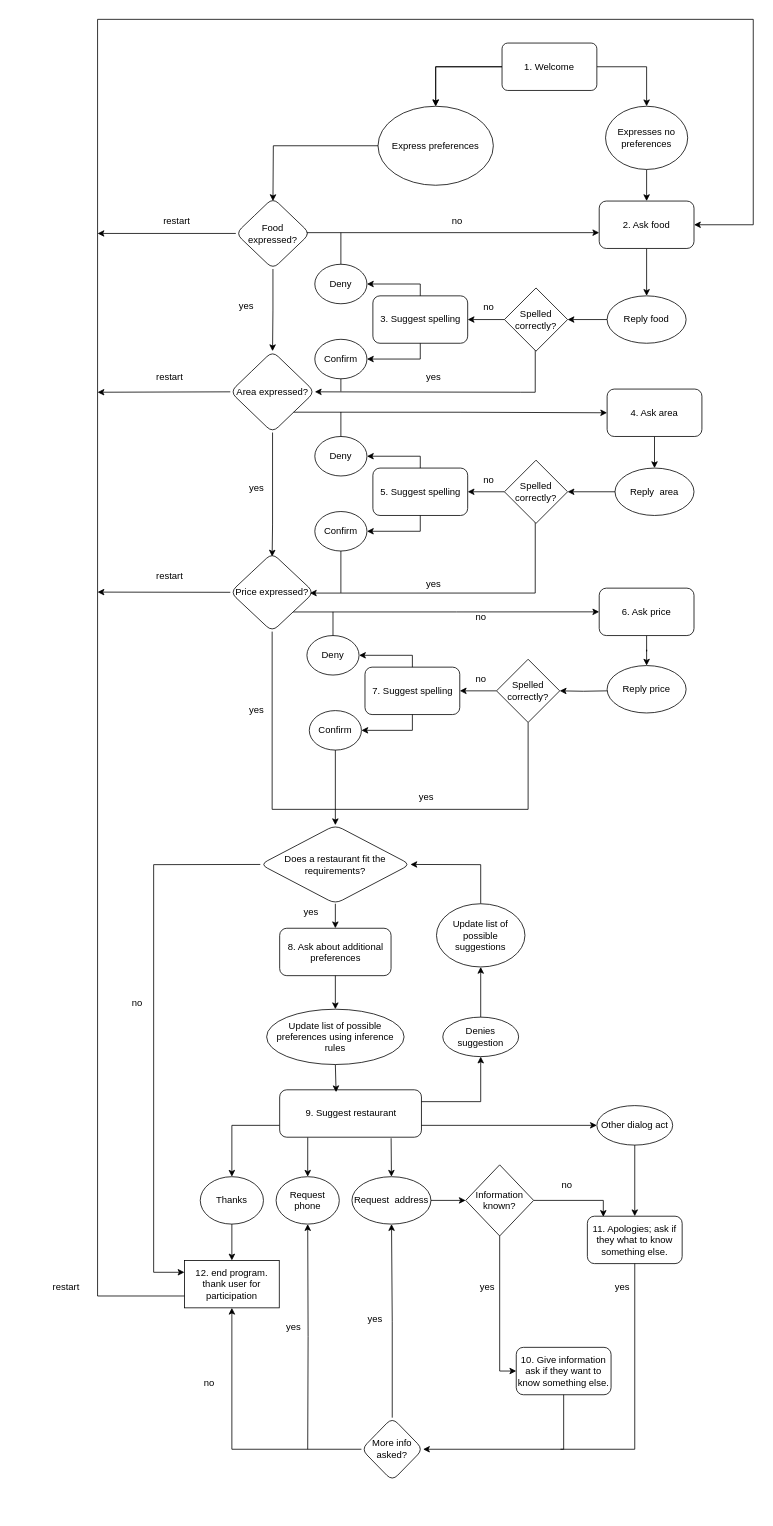
Before: diagram.drawio in simon-hjp/MAIR_projectG16, a draw.io diagram. Source tidied: cells renumbered, new cells numbered last; positions are measured from the earlier drawing's top-left corner, leaving out a move shared by most shapes. Both pictures are drawn from the tidied source at 79%, with x=0, y=0 at pixel (42, 19).
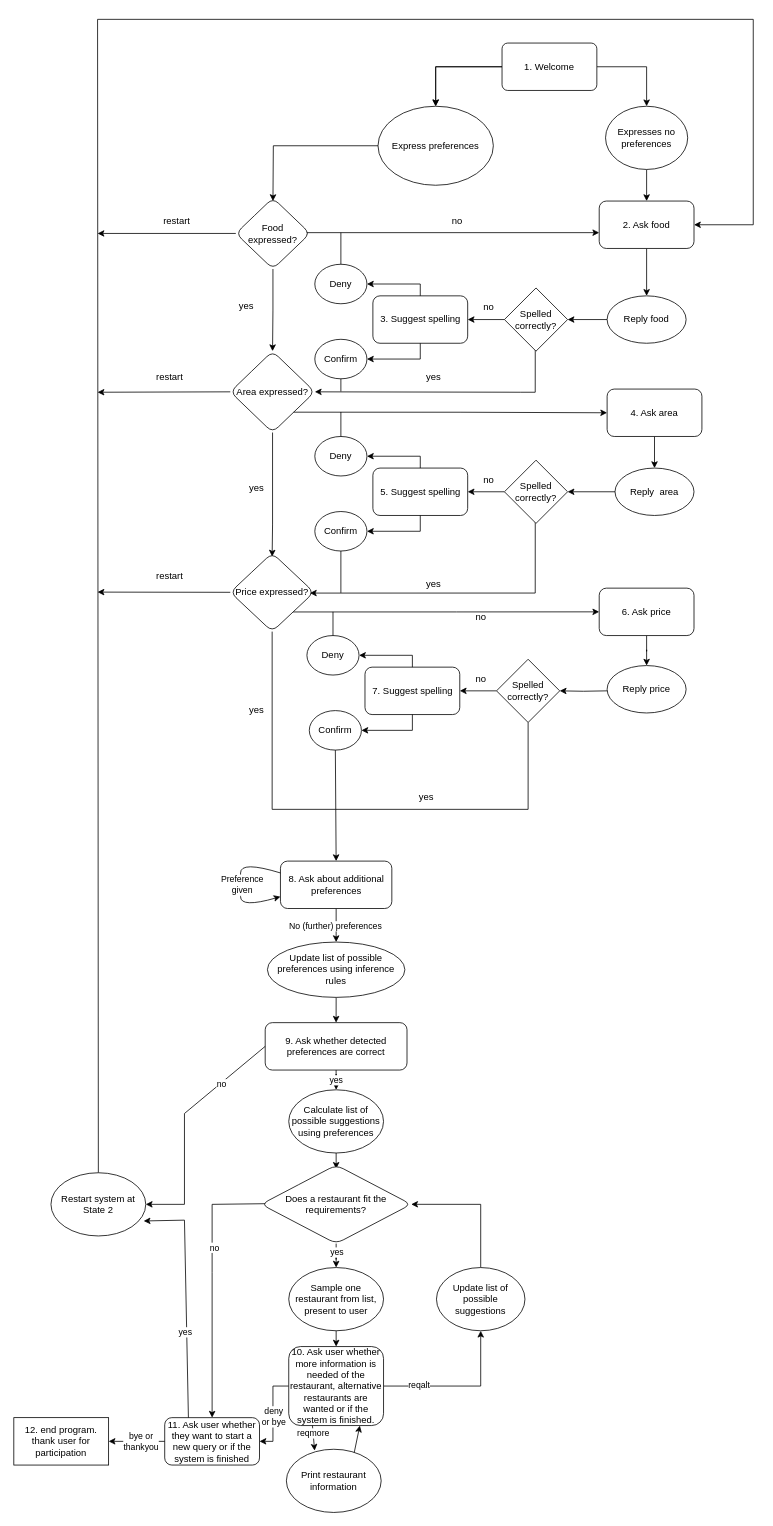
The same diagram, later.

Commit message (it also covers changes not shown here):
Pushed updated definitive version of FSM diagram

Mainly changed states 8-12

Unchanged cells that the change refers to:
```xml
<mxCell id="16" value="2. Ask food" style="whiteSpace=wrap;html=1;rounded=1;" parent="1" vertex="1">
  <mxGeometry x="705" y="230" width="120" height="60" as="geometry" />
</mxCell>
<mxCell id="87" value="Confirm" style="ellipse;whiteSpace=wrap;html=1;" parent="1" vertex="1">
  <mxGeometry x="338" y="875" width="66" height="50" as="geometry" />
</mxCell>
```

The edit, as a diff of the source:
```diff
@@
-    <mxCell id="42" style="edgeStyle=orthogonalEdgeStyle;rounded=0;jettySize=auto;html=1;entryX=0.5;entryY=0;entryDx=0;entryDy=0;exitX=0;exitY=0.75;exitDx=0;exitDy=0;" parent="1" edge="1" source="43" target="45">
-      <mxGeometry relative="1" as="geometry" />
-    </mxCell>
+    <mxCell id="124" style="edgeStyle=orthogonalEdgeStyle;rounded=0;jettySize=auto;html=1;exitX=0.5;exitY=1;exitDx=0;exitDy=0;" parent="1" edge="1" source="43" target="136">
+      <mxGeometry relative="1" as="geometry" />
+    </mxCell>
-    <mxCell id="43" value="9. Suggest restaurant" style="rounded=1;whiteSpace=wrap;html=1;" parent="1" vertex="1">
-      <mxGeometry x="300.5" y="1355" width="179.5" height="60" as="geometry" />
+    <mxCell id="43" value="9. Ask whether detected preferences are correct" style="rounded=1;whiteSpace=wrap;html=1;" parent="1" vertex="1">
+      <mxGeometry x="282.2" y="1270" width="179.5" height="60" as="geometry" />
     </mxCell>
-    <mxCell id="44" style="edgeStyle=orthogonalEdgeStyle;rounded=0;jettySize=auto;html=1;" parent="1" edge="1" source="45" target="47">
-      <mxGeometry relative="1" as="geometry" />
-    </mxCell>
-    <mxCell id="45" value="&lt;div&gt;Thanks&lt;/div&gt;" style="ellipse;whiteSpace=wrap;html=1;" parent="1" vertex="1">
-      <mxGeometry x="200" y="1465" width="80" height="60" as="geometry" />
-    </mxCell>
-    <mxCell id="46" value="Request&amp;nbsp; address" style="ellipse;whiteSpace=wrap;html=1;" parent="1" vertex="1">
-      <mxGeometry x="392" y="1465" width="100" height="60" as="geometry" />
-    </mxCell>
     <mxCell id="47" value="12. end program. thank user for participation" style="whiteSpace=wrap;html=1;" parent="1" vertex="1">
-      <mxGeometry x="180" y="1571" width="120" height="60" as="geometry" />
+      <mxGeometry x="-36" y="1770" width="120" height="60" as="geometry" />
     </mxCell>
-    <mxCell id="48" value="Request phone" style="ellipse;whiteSpace=wrap;html=1;" parent="1" vertex="1">
-      <mxGeometry x="296" y="1465" width="80" height="60" as="geometry" />
-    </mxCell>
-    <mxCell id="49" style="edgeStyle=orthogonalEdgeStyle;rounded=0;jettySize=auto;html=1;entryX=0.5;entryY=0;entryDx=0;entryDy=0;exitX=0.5;exitY=1;exitDx=0;exitDy=0;" parent="1" edge="1" source="50" target="56">
-      <mxGeometry relative="1" as="geometry">
-        <Array as="points">
-          <mxPoint x="750" y="1430" />
-        </Array>
-      </mxGeometry>
-    </mxCell>
-    <mxCell id="50" value="Other dialog act" style="ellipse;whiteSpace=wrap;html=1;" parent="1" vertex="1">
-      <mxGeometry x="702" y="1375" width="96" height="50" as="geometry" />
-    </mxCell>
-    <mxCell id="51" style="edgeStyle=orthogonalEdgeStyle;rounded=0;jettySize=auto;html=1;entryX=0.168;entryY=0.014;entryDx=0;entryDy=0;entryPerimeter=0;" parent="1" edge="1" source="53" target="56">
-      <mxGeometry relative="1" as="geometry" />
-    </mxCell>
-    <mxCell id="52" style="edgeStyle=orthogonalEdgeStyle;rounded=0;jettySize=auto;html=1;entryX=0;entryY=0.5;entryDx=0;entryDy=0;exitX=0.5;exitY=1;exitDx=0;exitDy=0;" parent="1" edge="1" source="53" target="57">
-      <mxGeometry relative="1" as="geometry" />
-    </mxCell>
-    <mxCell id="53" value="Information known?" style="rhombus;whiteSpace=wrap;html=1;" parent="1" vertex="1">
-      <mxGeometry x="536" y="1450" width="86" height="90" as="geometry" />
-    </mxCell>
-    <mxCell id="54" value="yes" style="text;html=1;align=center;verticalAlign=middle;strokeColor=none;fillColor=none;" parent="1" vertex="1">
-      <mxGeometry x="713.5" y="1590" width="40" height="30" as="geometry" />
-    </mxCell>
-    <mxCell id="55" value="no" style="text;html=1;align=center;verticalAlign=middle;strokeColor=none;fillColor=none;" parent="1" vertex="1">
-      <mxGeometry x="643.5" y="1461" width="40" height="30" as="geometry" />
-    </mxCell>
-    <mxCell id="56" value="11. Apologies; ask if they what to know something else." style="rounded=1;whiteSpace=wrap;html=1;" parent="1" vertex="1">
-      <mxGeometry x="690" y="1515" width="120" height="60" as="geometry" />
-    </mxCell>
-    <mxCell id="57" value="10. Give information&lt;br&gt;ask if they want to know something else." style="rounded=1;whiteSpace=wrap;html=1;" parent="1" vertex="1">
-      <mxGeometry x="600" y="1681" width="120" height="60" as="geometry" />
-    </mxCell>
-    <mxCell id="58" style="edgeStyle=orthogonalEdgeStyle;rounded=0;jettySize=auto;html=1;entryX=0.5;entryY=1;entryDx=0;entryDy=0;" parent="1" edge="1" target="48">
-      <mxGeometry relative="1" as="geometry">
-        <mxPoint x="336" y="1810" as="sourcePoint" />
-      </mxGeometry>
-    </mxCell>
-    <mxCell id="59" style="edgeStyle=orthogonalEdgeStyle;rounded=0;jettySize=auto;html=1;entryX=0.681;entryY=0.984;entryDx=0;entryDy=0;entryPerimeter=0;exitX=0.5;exitY=0;exitDx=0;exitDy=0;" parent="1" edge="1" source="61">
-      <mxGeometry relative="1" as="geometry">
-        <mxPoint x="442.1" y="1525" as="targetPoint" />
-      </mxGeometry>
-    </mxCell>
-    <mxCell id="60" style="edgeStyle=orthogonalEdgeStyle;rounded=0;jettySize=auto;html=1;entryX=0.5;entryY=1;entryDx=0;entryDy=0;exitX=0;exitY=0.5;exitDx=0;exitDy=0;" parent="1" edge="1" source="61" target="47">
-      <mxGeometry relative="1" as="geometry" />
-    </mxCell>
-    <mxCell id="61" value="More info asked?" style="rhombus;whiteSpace=wrap;html=1;rounded=1;" parent="1" vertex="1">
-      <mxGeometry x="404" y="1770" width="78" height="80" as="geometry" />
-    </mxCell>
-    <mxCell id="62" value="yes" style="text;html=1;align=center;verticalAlign=middle;strokeColor=none;fillColor=none;" parent="1" vertex="1">
-      <mxGeometry x="543" y="1590" width="40" height="30" as="geometry" />
-    </mxCell>
-    <mxCell id="63" value="yes" style="text;html=1;align=center;verticalAlign=middle;strokeColor=none;fillColor=none;" parent="1" vertex="1">
-      <mxGeometry x="298" y="1641" width="40" height="30" as="geometry" />
-    </mxCell>
-    <mxCell id="64" value="no" style="text;html=1;align=center;verticalAlign=middle;strokeColor=none;fillColor=none;" parent="1" vertex="1">
-      <mxGeometry x="191" y="1711" width="40" height="30" as="geometry" />
-    </mxCell>
@@
-    <mxCell id="90" style="endArrow=classic;html=1;rounded=0;exitX=1;exitY=0.75;exitDx=0;exitDy=0;entryX=0;entryY=0.5;entryDx=0;entryDy=0;" parent="1" edge="1" source="43" target="50">
-      <mxGeometry relative="1" as="geometry" />
-    </mxCell>
-    <mxCell id="91" style="endArrow=classic;html=1;rounded=0;entryX=0.5;entryY=0;entryDx=0;entryDy=0;exitX=0.198;exitY=1.006;exitDx=0;exitDy=0;exitPerimeter=0;" parent="1" edge="1" source="43" target="48">
-      <mxGeometry relative="1" as="geometry" />
-    </mxCell>
-    <mxCell id="92" style="endArrow=classic;html=1;rounded=0;exitX=1;exitY=0.5;exitDx=0;exitDy=0;entryX=0;entryY=0.5;entryDx=0;entryDy=0;" parent="1" edge="1" source="46" target="53">
-      <mxGeometry relative="1" as="geometry" />
-    </mxCell>
-    <mxCell id="93" style="endArrow=classic;html=1;rounded=0;exitX=0.5;exitY=1;exitDx=0;exitDy=0;entryX=1;entryY=0.5;entryDx=0;entryDy=0;" parent="1" edge="1" source="57" target="61">
-      <mxGeometry relative="1" as="geometry">
-        <Array as="points">
-          <mxPoint x="660" y="1810" />
-        </Array>
-      </mxGeometry>
-    </mxCell>
@@
-    <mxCell id="96" style="endArrow=none;html=1;rounded=0;exitX=0.5;exitY=1;exitDx=0;exitDy=0;" parent="1" edge="1" source="56">
-      <mxGeometry relative="1" as="geometry">
-        <mxPoint x="656" y="1810" as="targetPoint" />
-        <Array as="points">
-          <mxPoint x="750" y="1810" />
-        </Array>
-      </mxGeometry>
-    </mxCell>
-    <mxCell id="97" value="Does a restaurant fit the requirements?" style="rhombus;whiteSpace=wrap;html=1;rounded=1;" parent="1" vertex="1">
-      <mxGeometry x="276" y="1020" width="190" height="99.5" as="geometry" />
-    </mxCell>
-    <mxCell id="98" style="endArrow=classic;html=1;rounded=0;exitX=0.5;exitY=1;exitDx=0;exitDy=0;entryX=0.5;entryY=0;entryDx=0;entryDy=0;" parent="1" edge="1" source="87" target="97">
+    <mxCell id="98" style="endArrow=classic;html=1;rounded=0;exitX=0.5;exitY=1;exitDx=0;exitDy=0;entryX=0.5;entryY=0;entryDx=0;entryDy=0;" parent="1" edge="1" source="87" target="111">
       <mxGeometry relative="1" as="geometry" />
     </mxCell>
@@
-    <mxCell id="101" style="endArrow=classic;html=1;rounded=0;exitX=0.5;exitY=1;exitDx=0;exitDy=0;entryX=0.398;entryY=0.05;entryDx=0;entryDy=0;entryPerimeter=0;" parent="1" edge="1" source="112" target="43">
+    <mxCell id="101" style="endArrow=classic;html=1;rounded=0;exitX=0.5;exitY=1;exitDx=0;exitDy=0;entryX=0.5;entryY=0;entryDx=0;entryDy=0;" parent="1" edge="1" source="112" target="43">
       <mxGeometry relative="1" as="geometry" />
     </mxCell>
-    <mxCell id="102" value="yes" style="text;html=1;align=center;verticalAlign=middle;strokeColor=none;fillColor=none;" parent="1" vertex="1">
-      <mxGeometry x="320" y="1115" width="40" height="30" as="geometry" />
-    </mxCell>
-    <mxCell id="103" style="endArrow=classic;html=1;rounded=0;exitX=0;exitY=0.5;exitDx=0;exitDy=0;entryX=0;entryY=0.25;entryDx=0;entryDy=0;" parent="1" edge="1" source="97" target="47">
+    <mxCell id="103" style="endArrow=classic;html=1;rounded=0;exitX=0.041;exitY=0.492;exitDx=0;exitDy=0;entryX=0.5;entryY=0;entryDx=0;entryDy=0;exitPerimeter=0;" parent="1" edge="1" source="97" target="132">
       <mxGeometry relative="1" as="geometry">
         <Array as="points">
-          <mxPoint x="141" y="1070" />
-          <mxPoint x="141" y="1586" />
+          <mxPoint x="215" y="1500" />
+          <mxPoint x="215" y="1586" />
         </Array>
       </mxGeometry>
     </mxCell>
-    <mxCell id="104" value="no" style="text;html=1;align=center;verticalAlign=middle;strokeColor=none;fillColor=none;" parent="1" vertex="1">
-      <mxGeometry x="100" y="1230" width="40" height="30" as="geometry" />
-    </mxCell>
-    <mxCell id="105" value="yes" style="text;html=1;align=center;verticalAlign=middle;strokeColor=none;fillColor=none;" parent="1" vertex="1">
-      <mxGeometry x="401" y="1631" width="40" height="30" as="geometry" />
-    </mxCell>
-    <mxCell id="106" value="Denies suggestion" style="ellipse;whiteSpace=wrap;html=1;" parent="1" vertex="1">
-      <mxGeometry x="507" y="1263" width="96" height="50" as="geometry" />
-    </mxCell>
-    <mxCell id="107" style="endArrow=classic;html=1;rounded=0;exitX=1;exitY=0.25;exitDx=0;exitDy=0;entryX=0.5;entryY=1;entryDx=0;entryDy=0;" parent="1" edge="1" source="43" target="106">
-      <mxGeometry relative="1" as="geometry">
-        <Array as="points">
-          <mxPoint x="555" y="1370" />
-        </Array>
-      </mxGeometry>
-    </mxCell>
+    <mxCell id="125" value="no" style="edgeLabel;html=1;align=center;verticalAlign=middle;" parent="103" vertex="1">
+      <mxGeometry x="-0.27" y="2" relative="1" as="geometry" />
+    </mxCell>
     <mxCell id="108" style="endArrow=classic;html=1;rounded=0;entryX=1;entryY=0.5;entryDx=0;entryDy=0;exitX=0.5;exitY=0;exitDx=0;exitDy=0;" parent="1" edge="1" source="110" target="97">
       <mxGeometry relative="1" as="geometry">
         <Array as="points">
-          <mxPoint x="555" y="1070" />
+          <mxPoint x="555" y="1500" />
         </Array>
       </mxGeometry>
     </mxCell>
-    <mxCell id="109" style="endArrow=classic;html=1;rounded=0;exitX=0.786;exitY=1.022;exitDx=0;exitDy=0;entryX=0.5;entryY=0;entryDx=0;entryDy=0;exitPerimeter=0;" parent="1" edge="1" source="43" target="46">
-      <mxGeometry relative="1" as="geometry" />
-    </mxCell>
     <mxCell id="110" value="Update list of possible suggestions" style="ellipse;whiteSpace=wrap;html=1;" parent="1" vertex="1">
-      <mxGeometry x="499" y="1119.5" width="112" height="80" as="geometry" />
+      <mxGeometry x="499" y="1580" width="112" height="80" as="geometry" />
     </mxCell>
+    <mxCell id="114" style="edgeStyle=orthogonalEdgeStyle;rounded=0;jettySize=auto;html=1;exitX=0.5;exitY=1;exitDx=0;exitDy=0;entryX=0.5;entryY=0;entryDx=0;entryDy=0;" parent="1" edge="1" source="111" target="112">
+      <mxGeometry relative="1" as="geometry" />
+    </mxCell>
     <mxCell id="111" value="8. Ask about additional preferences" style="rounded=1;whiteSpace=wrap;html=1;" parent="1" vertex="1">
-      <mxGeometry x="300.5" y="1150.5" width="141" height="60" as="geometry" />
+      <mxGeometry x="301.5" y="1065.5" width="141" height="60" as="geometry" />
     </mxCell>
     <mxCell id="112" value="Update list of possible preferences using inference rules" style="ellipse;whiteSpace=wrap;html=1;" parent="1" vertex="1">
-      <mxGeometry x="284" y="1253" width="174" height="70" as="geometry" />
+      <mxGeometry x="285" y="1168" width="174" height="70" as="geometry" />
     </mxCell>
-    <mxCell id="113" style="endArrow=classic;html=1;rounded=0;exitX=0.5;exitY=1;exitDx=0;exitDy=0;entryX=0.5;entryY=0;entryDx=0;entryDy=0;" parent="1" edge="1" source="97" target="111">
-      <mxGeometry relative="1" as="geometry" />
-    </mxCell>
-    <mxCell id="114" style="endArrow=classic;html=1;rounded=0;exitX=0.5;exitY=1;exitDx=0;exitDy=0;entryX=0.5;entryY=0;entryDx=0;entryDy=0;" parent="1" edge="1" source="111" target="112">
-      <mxGeometry relative="1" as="geometry" />
-    </mxCell>
-    <mxCell id="115" style="endArrow=classic;html=1;rounded=0;exitX=0.5;exitY=0;exitDx=0;exitDy=0;entryX=0.5;entryY=1;entryDx=0;entryDy=0;" parent="1" edge="1" source="106" target="110">
-      <mxGeometry relative="1" as="geometry" />
-    </mxCell>
-    <mxCell id="116" style="endArrow=classic;html=1;rounded=0;exitX=0;exitY=0.75;exitDx=0;exitDy=0;entryX=1;entryY=0.5;entryDx=0;entryDy=0;" parent="1" edge="1" source="47" target="16">
+    <mxCell id="116" style="endArrow=classic;html=1;rounded=0;entryX=1;entryY=0.5;entryDx=0;entryDy=0;exitX=0.5;exitY=0;exitDx=0;exitDy=0;" parent="1" edge="1" source="126" target="16">
       <mxGeometry relative="1" as="geometry">
         <Array as="points">
-          <mxPoint x="70" y="1616" />
           <mxPoint x="70" />
           <mxPoint x="900" />
           <mxPoint x="900" y="260" />
         </Array>
       </mxGeometry>
     </mxCell>
@@
-    <mxCell id="120" value="restart" style="text;html=1;align=center;verticalAlign=middle;strokeColor=none;fillColor=none;" parent="1" vertex="1">
-      <mxGeometry y="1590" width="60" height="30" as="geometry" />
-    </mxCell>
@@
+    <mxCell id="126" value="Restart system at State 2" style="ellipse;whiteSpace=wrap;html=1;" parent="1" vertex="1">
+      <mxGeometry x="11" y="1460" width="120" height="80" as="geometry" />
+    </mxCell>
+    <mxCell id="127" style="curved=1;endArrow=classic;html=1;rounded=0;exitX=0;exitY=0.25;exitDx=0;exitDy=0;entryX=0;entryY=0.75;entryDx=0;entryDy=0;" parent="1" edge="1" source="111" target="111">
+      <mxGeometry relative="1" as="geometry">
+        <Array as="points">
+          <mxPoint x="251" y="1065" />
+          <mxPoint x="251" y="1096" />
+          <mxPoint x="251" y="1125" />
+        </Array>
+      </mxGeometry>
+    </mxCell>
+    <mxCell id="128" value="Preference&lt;br&gt;given" style="edgeLabel;html=1;align=center;verticalAlign=middle;" parent="127" vertex="1">
+      <mxGeometry x="0.5" y="5" relative="1" as="geometry">
+        <mxPoint x="-8" y="-22" as="offset" />
+      </mxGeometry>
+    </mxCell>
+    <mxCell id="129" value="No (further) preferences" style="edgeLabel;html=1;align=center;verticalAlign=middle;" parent="1" vertex="1">
+      <mxGeometry x="384" y="1155" as="geometry">
+        <mxPoint x="-14" y="-8" as="offset" />
+      </mxGeometry>
+    </mxCell>
+    <mxCell id="130" style="endArrow=classic;html=1;rounded=0;exitX=0;exitY=0.5;exitDx=0;exitDy=0;entryX=1;entryY=0.5;entryDx=0;entryDy=0;" parent="1" edge="1" source="43" target="126">
+      <mxGeometry relative="1" as="geometry">
+        <Array as="points">
+          <mxPoint x="180" y="1385" />
+          <mxPoint x="180" y="1500" />
+        </Array>
+      </mxGeometry>
+    </mxCell>
+    <mxCell id="131" value="no" style="edgeLabel;html=1;align=center;verticalAlign=middle;" parent="130" vertex="1">
+      <mxGeometry x="-0.51" y="1" relative="1" as="geometry" />
+    </mxCell>
+    <mxCell id="132" value="11. Ask user whether they want to start a new query or if the system is finished" style="rounded=1;whiteSpace=wrap;html=1;" parent="1" vertex="1">
+      <mxGeometry x="155" y="1770" width="120" height="60" as="geometry" />
+    </mxCell>
+    <mxCell id="133" style="endArrow=classic;html=1;rounded=0;exitX=0;exitY=0.5;exitDx=0;exitDy=0;entryX=1;entryY=0.5;entryDx=0;entryDy=0;" parent="1" edge="1" source="132" target="47">
+      <mxGeometry relative="1" as="geometry">
+        <Array as="points">
+          <mxPoint x="114" y="1800" />
+        </Array>
+      </mxGeometry>
+    </mxCell>
+    <mxCell id="134" value="bye or&lt;br&gt;thankyou" style="edgeLabel;html=1;align=center;verticalAlign=middle;" parent="133" vertex="1">
+      <mxGeometry x="-0.12" y="-1" relative="1" as="geometry" />
+    </mxCell>
+    <mxCell id="135" style="edgeStyle=orthogonalEdgeStyle;rounded=0;jettySize=auto;html=1;exitX=0.5;exitY=1;exitDx=0;exitDy=0;" parent="1" edge="1" source="136">
+      <mxGeometry relative="1" as="geometry">
+        <mxPoint x="372" y="1455" as="targetPoint" />
+      </mxGeometry>
+    </mxCell>
+    <mxCell id="136" value="Calculate list of possible suggestions&lt;br&gt;using preferences" style="ellipse;whiteSpace=wrap;html=1;" parent="1" vertex="1">
+      <mxGeometry x="312" y="1355" width="120" height="80" as="geometry" />
+    </mxCell>
+    <mxCell id="137" style="edgeStyle=orthogonalEdgeStyle;rounded=0;jettySize=auto;html=1;exitX=0.5;exitY=1;exitDx=0;exitDy=0;entryX=0.5;entryY=0;entryDx=0;entryDy=0;" parent="1" edge="1" source="138" target="144">
+      <mxGeometry relative="1" as="geometry" />
+    </mxCell>
+    <mxCell id="138" value="Sample one restaurant from list, present to user" style="ellipse;whiteSpace=wrap;html=1;" parent="1" vertex="1">
+      <mxGeometry x="312" y="1580" width="120" height="80" as="geometry" />
+    </mxCell>
+    <mxCell id="139" value="yes" style="edgeLabel;html=1;align=center;verticalAlign=middle;" parent="1" vertex="1">
+      <mxGeometry x="369" y="1340" as="geometry">
+        <mxPoint x="2" y="2" as="offset" />
+      </mxGeometry>
+    </mxCell>
+    <mxCell id="140" style="edgeStyle=orthogonalEdgeStyle;rounded=0;jettySize=auto;html=1;exitX=0;exitY=0.5;exitDx=0;exitDy=0;entryX=1;entryY=0.5;entryDx=0;entryDy=0;" parent="1" edge="1" source="144" target="132">
+      <mxGeometry relative="1" as="geometry" />
+    </mxCell>
+    <mxCell id="141" value="deny&lt;br&gt;or bye" style="edgeLabel;html=1;align=center;verticalAlign=middle;" parent="140" vertex="1">
+      <mxGeometry x="0.34" relative="1" as="geometry">
+        <mxPoint y="-14" as="offset" />
+      </mxGeometry>
+    </mxCell>
+    <mxCell id="142" style="edgeStyle=orthogonalEdgeStyle;rounded=0;jettySize=auto;html=1;exitX=1;exitY=0.5;exitDx=0;exitDy=0;entryX=0.5;entryY=1;entryDx=0;entryDy=0;" parent="1" edge="1" source="144" target="110">
+      <mxGeometry relative="1" as="geometry" />
+    </mxCell>
+    <mxCell id="143" value="reqalt" style="edgeLabel;html=1;align=center;verticalAlign=middle;" parent="142" vertex="1">
+      <mxGeometry x="-0.54" y="2" relative="1" as="geometry" />
+    </mxCell>
+    <mxCell id="144" value="10. Ask user whether more information is needed of the restaurant, alternative restaurants are wanted or if the system is finished." style="rounded=1;whiteSpace=wrap;html=1;" parent="1" vertex="1">
+      <mxGeometry x="312" y="1680" width="120" height="100" as="geometry" />
+    </mxCell>
+    <mxCell id="145" style="edgeStyle=orthogonalEdgeStyle;rounded=0;jettySize=auto;html=1;exitX=0.5;exitY=1;exitDx=0;exitDy=0;" parent="1" edge="1" source="97" target="138">
+      <mxGeometry relative="1" as="geometry" />
+    </mxCell>
+    <mxCell id="97" value="Does a restaurant fit the requirements?" style="rhombus;whiteSpace=wrap;html=1;rounded=1;" parent="1" vertex="1">
+      <mxGeometry x="277" y="1450.2" width="190" height="99.5" as="geometry" />
+    </mxCell>
+    <mxCell id="146" value="yes" style="edgeLabel;html=1;align=center;verticalAlign=middle;" parent="1" vertex="1">
+      <mxGeometry x="372" y="1560" as="geometry" />
+    </mxCell>
+    <mxCell id="147" value="Print restaurant information" style="ellipse;whiteSpace=wrap;html=1;" parent="1" vertex="1">
+      <mxGeometry x="309" y="1810" width="120" height="80" as="geometry" />
+    </mxCell>
+    <mxCell id="148" style="endArrow=classic;html=1;rounded=0;exitX=0.25;exitY=1;exitDx=0;exitDy=0;entryX=0.298;entryY=0.022;entryDx=0;entryDy=0;entryPerimeter=0;" parent="1" edge="1" source="144" target="147">
+      <mxGeometry relative="1" as="geometry" />
+    </mxCell>
+    <mxCell id="149" value="reqmore" style="edgeLabel;html=1;align=center;verticalAlign=middle;" parent="148" vertex="1">
+      <mxGeometry x="0.17" relative="1" as="geometry">
+        <mxPoint x="-1" y="-9" as="offset" />
+      </mxGeometry>
+    </mxCell>
+    <mxCell id="150" style="endArrow=classic;html=1;rounded=0;entryX=0.75;entryY=1;entryDx=0;entryDy=0;exitX=0.716;exitY=0.05;exitDx=0;exitDy=0;exitPerimeter=0;" parent="1" edge="1" source="147" target="144">
+      <mxGeometry relative="1" as="geometry" />
+    </mxCell>
+    <mxCell id="151" style="endArrow=classic;html=1;rounded=0;exitX=0.25;exitY=0;exitDx=0;exitDy=0;entryX=0.978;entryY=0.763;entryDx=0;entryDy=0;entryPerimeter=0;" parent="1" edge="1" source="132" target="126">
+      <mxGeometry relative="1" as="geometry">
+        <Array as="points">
+          <mxPoint x="180" y="1520" />
+        </Array>
+      </mxGeometry>
+    </mxCell>
+    <mxCell id="152" value="yes" style="edgeLabel;html=1;align=center;verticalAlign=middle;" parent="151" vertex="1">
+      <mxGeometry x="-0.28" y="2" relative="1" as="geometry" />
+    </mxCell>
```
